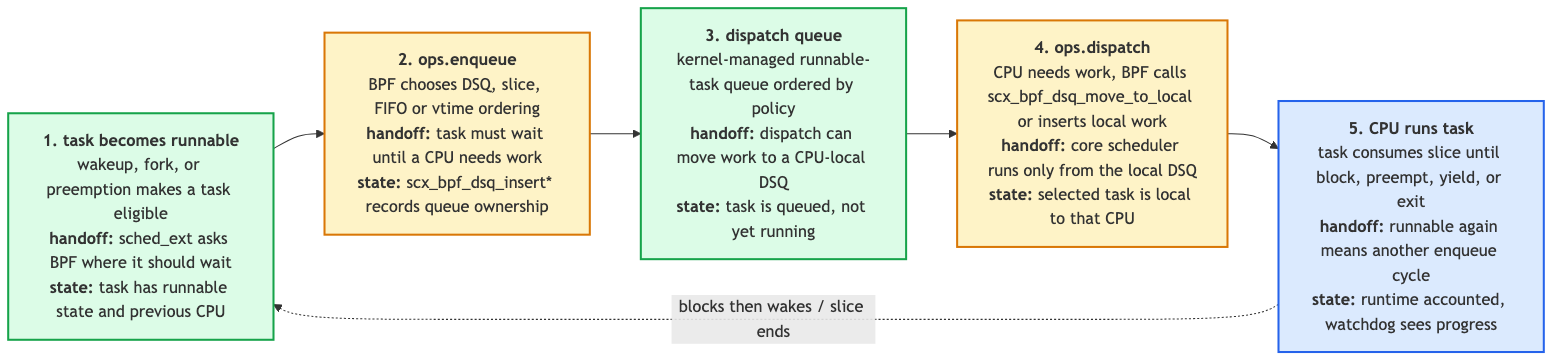
Above: ebpf/src/diagrams/day25_dsq_cycle.png in biefy/books (Mermaid), before the change. Its source is kept beside it as ebpf/src/diagrams/src/day25_dsq_cycle.mmd.
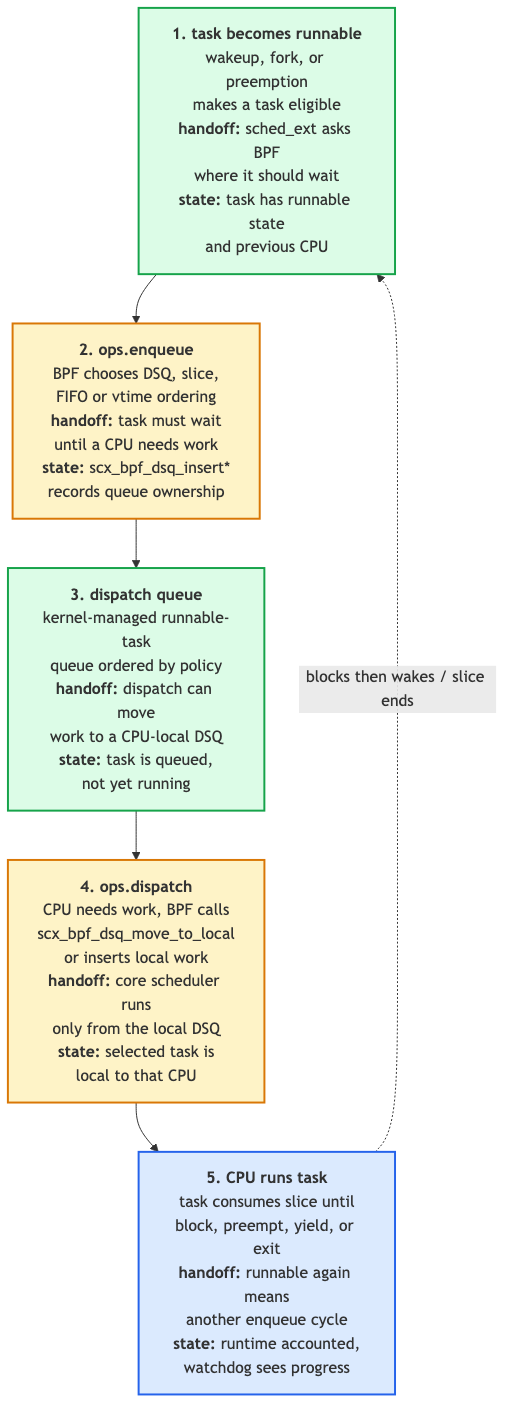
Above is the later version.

The edit, as a diff of the source:
```diff
@@ -1,13 +1,13 @@
-flowchart LR
-    Wake["<b>1. task becomes runnable</b><br/>wakeup, fork, or preemption makes a task eligible<br/><b>handoff:</b> sched_ext asks BPF where it should wait<br/><b>state:</b> task has runnable state and previous CPU"]
+flowchart TD
+    Wake["<b>1. task becomes runnable</b><br/>wakeup, fork, or preemption<br/>makes a task eligible<br/><b>handoff:</b> sched_ext asks BPF<br/>where it should wait<br/><b>state:</b> task has runnable state<br/>and previous CPU"]
 
-    Enq["<b>2. ops.enqueue</b><br/>BPF chooses DSQ, slice, FIFO or vtime ordering<br/><b>handoff:</b> task must wait until a CPU needs work<br/><b>state:</b> scx_bpf_dsq_insert* records queue ownership"]
+    Enq["<b>2. ops.enqueue</b><br/>BPF chooses DSQ, slice,<br/>FIFO or vtime ordering<br/><b>handoff:</b> task must wait<br/>until a CPU needs work<br/><b>state:</b> scx_bpf_dsq_insert*<br/>records queue ownership"]
 
-    DSQ["<b>3. dispatch queue</b><br/>kernel-managed runnable-task queue ordered by policy<br/><b>handoff:</b> dispatch can move work to a CPU-local DSQ<br/><b>state:</b> task is queued, not yet running"]
+    DSQ["<b>3. dispatch queue</b><br/>kernel-managed runnable-task<br/>queue ordered by policy<br/><b>handoff:</b> dispatch can move<br/>work to a CPU-local DSQ<br/><b>state:</b> task is queued,<br/>not yet running"]
 
-    Dispatch["<b>4. ops.dispatch</b><br/>CPU needs work, BPF calls scx_bpf_dsq_move_to_local or inserts local work<br/><b>handoff:</b> core scheduler runs only from the local DSQ<br/><b>state:</b> selected task is local to that CPU"]
+    Dispatch["<b>4. ops.dispatch</b><br/>CPU needs work, BPF calls<br/>scx_bpf_dsq_move_to_local<br/>or inserts local work<br/><b>handoff:</b> core scheduler runs<br/>only from the local DSQ<br/><b>state:</b> selected task is<br/>local to that CPU"]
 
-    Run["<b>5. CPU runs task</b><br/>task consumes slice until block, preempt, yield, or exit<br/><b>handoff:</b> runnable again means another enqueue cycle<br/><b>state:</b> runtime accounted, watchdog sees progress"]
+    Run["<b>5. CPU runs task</b><br/>task consumes slice until<br/>block, preempt, yield, or exit<br/><b>handoff:</b> runnable again means<br/>another enqueue cycle<br/><b>state:</b> runtime accounted,<br/>watchdog sees progress"]
 
     Wake --> Enq --> DSQ --> Dispatch --> Run
     Run -. blocks then wakes / slice ends .-> Wake
```
